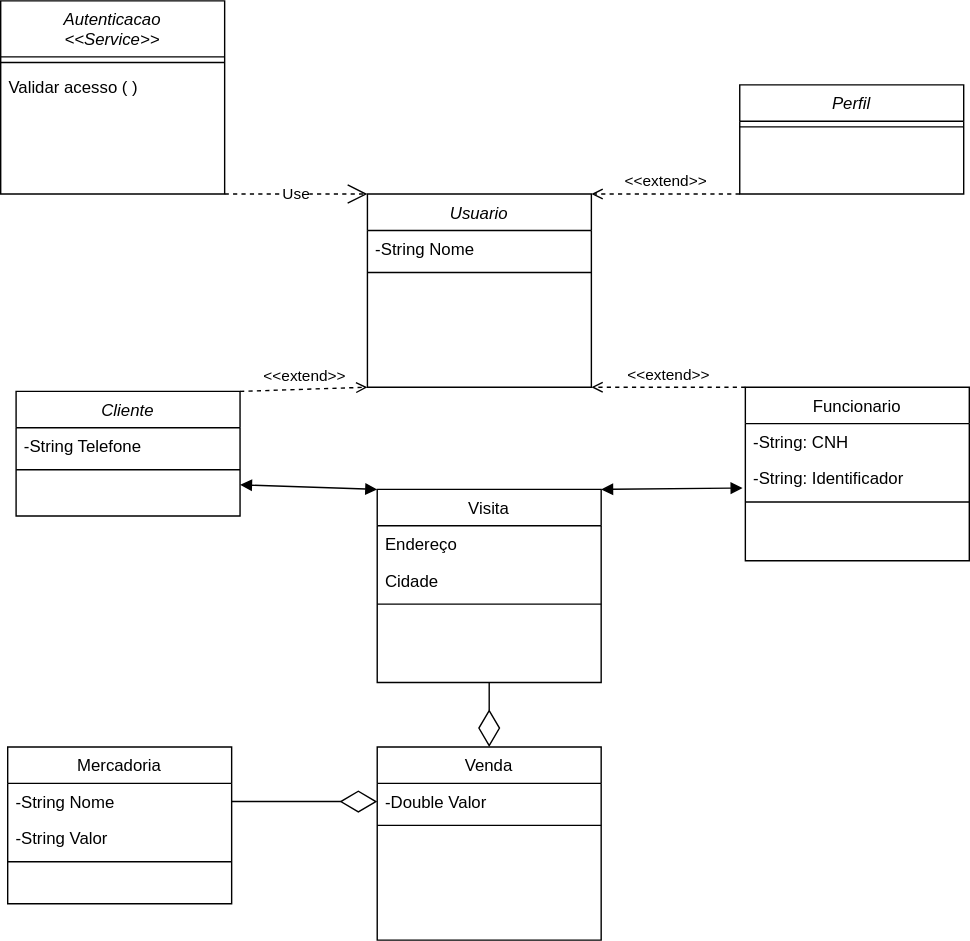
Above: .diagramas/class.client.drawio.svg in jcjoo/pi (draw.io), before the change. Source tidied: cells renumbered, new cells last; positions are measured from the earlier drawing's top-left corner, leaving out a move shared by most shapes.
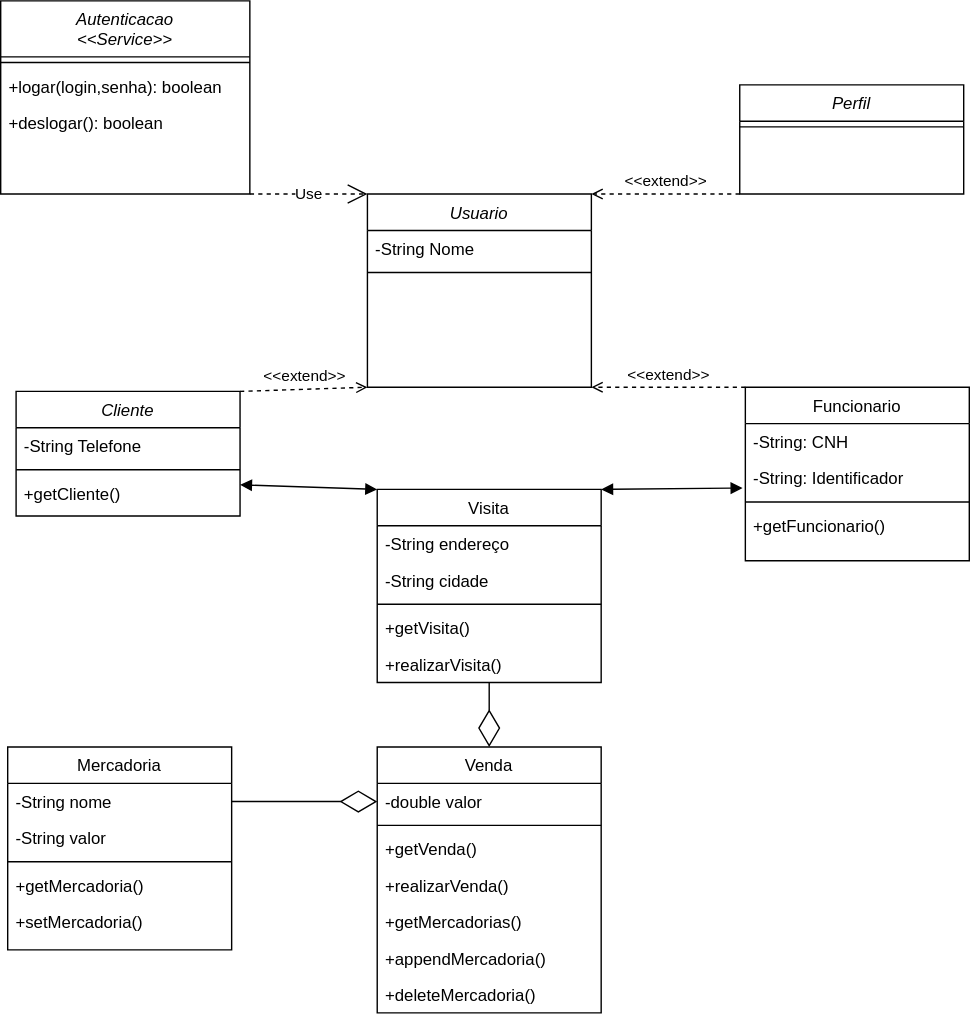
After the commit.

Commit message:
adicionando alguns metodos

Change to the diagram source:
```diff
@@ -11,27 +11,51 @@
     <mxCell id="4" style="line;html=1;strokeWidth=1;align=left;verticalAlign=middle;spacingTop=-1;spacingLeft=3;spacingRight=3;labelPosition=right;" parent="2" vertex="1">
       <mxGeometry y="52" width="160" height="8" as="geometry" />
     </mxCell>
+    <mxCell id="36" value="+getCliente()&#10;&#10;" style="text;align=left;verticalAlign=top;spacingLeft=4;spacingRight=4;overflow=hidden;" parent="2" vertex="1">
+      <mxGeometry y="60" width="160" height="26" as="geometry" />
+    </mxCell>
     <mxCell id="5" value="Venda" style="swimlane;fontStyle=0;align=center;verticalAlign=top;horizontal=1;startSize=26;rounded=0;shadow=0;strokeWidth=1;" parent="1" vertex="1">
-      <mxGeometry x="269" y="533" width="160" height="138" as="geometry" />
+      <mxGeometry x="269" y="533" width="160" height="190" as="geometry" />
     </mxCell>
-    <mxCell id="6" value="-Double Valor" style="text;align=left;verticalAlign=top;spacingLeft=4;spacingRight=4;overflow=hidden;points=[[0,0.5],[1,0.5]];portConstraint=eastwest;" parent="5" vertex="1">
+    <mxCell id="6" value="-double valor" style="text;align=left;verticalAlign=top;spacingLeft=4;spacingRight=4;overflow=hidden;points=[[0,0.5],[1,0.5]];portConstraint=eastwest;" parent="5" vertex="1">
       <mxGeometry y="26" width="160" height="26" as="geometry" />
     </mxCell>
     <mxCell id="7" style="line;html=1;strokeWidth=1;align=left;verticalAlign=middle;spacingTop=-1;spacingLeft=3;spacingRight=3;labelPosition=right;" parent="5" vertex="1">
       <mxGeometry y="52" width="160" height="8" as="geometry" />
     </mxCell>
+    <mxCell id="37" value="+getVenda()&#10;&#10;" style="text;align=left;verticalAlign=top;spacingLeft=4;spacingRight=4;overflow=hidden;" parent="5" vertex="1">
+      <mxGeometry y="60" width="160" height="26" as="geometry" />
+    </mxCell>
+    <mxCell id="38" value="+realizarVenda()&#10;&#10;" style="text;align=left;verticalAlign=top;spacingLeft=4;spacingRight=4;overflow=hidden;" parent="5" vertex="1">
+      <mxGeometry y="86" width="160" height="26" as="geometry" />
+    </mxCell>
+    <mxCell id="39" value="+getMercadorias()&#10;&#10;" style="text;align=left;verticalAlign=top;spacingLeft=4;spacingRight=4;overflow=hidden;" parent="5" vertex="1">
+      <mxGeometry y="112" width="160" height="26" as="geometry" />
+    </mxCell>
+    <mxCell id="40" value="+appendMercadoria()&#10;&#10;" style="text;align=left;verticalAlign=top;spacingLeft=4;spacingRight=4;overflow=hidden;" parent="5" vertex="1">
+      <mxGeometry y="138" width="160" height="26" as="geometry" />
+    </mxCell>
+    <mxCell id="41" value="+deleteMercadoria()&#10;&#10;" style="text;align=left;verticalAlign=top;spacingLeft=4;spacingRight=4;overflow=hidden;" parent="5" vertex="1">
+      <mxGeometry y="164" width="160" height="26" as="geometry" />
+    </mxCell>
     <mxCell id="8" value="Visita" style="swimlane;fontStyle=0;align=center;verticalAlign=top;horizontal=1;startSize=26;rounded=0;shadow=0;strokeWidth=1;" parent="1" vertex="1">
       <mxGeometry x="269" y="349" width="160" height="138" as="geometry" />
     </mxCell>
-    <mxCell id="9" value="Endereço" style="text;align=left;verticalAlign=top;spacingLeft=4;spacingRight=4;overflow=hidden;" parent="8" vertex="1">
+    <mxCell id="9" value="-String endereço" style="text;align=left;verticalAlign=top;spacingLeft=4;spacingRight=4;overflow=hidden;" parent="8" vertex="1">
       <mxGeometry y="26" width="160" height="26" as="geometry" />
     </mxCell>
-    <mxCell id="10" value="Cidade&#10;" style="text;align=left;verticalAlign=top;spacingLeft=4;spacingRight=4;overflow=hidden;" parent="8" vertex="1">
+    <mxCell id="10" value="-String cidade&#10;" style="text;align=left;verticalAlign=top;spacingLeft=4;spacingRight=4;overflow=hidden;" parent="8" vertex="1">
       <mxGeometry y="52" width="160" height="26" as="geometry" />
     </mxCell>
     <mxCell id="11" style="line;html=1;strokeWidth=1;align=left;verticalAlign=middle;spacingTop=-1;spacingLeft=3;spacingRight=3;labelPosition=right;" parent="8" vertex="1">
       <mxGeometry y="78" width="160" height="8" as="geometry" />
     </mxCell>
+    <mxCell id="42" value="+getVisita()&#10;&#10;" style="text;align=left;verticalAlign=top;spacingLeft=4;spacingRight=4;overflow=hidden;" parent="8" vertex="1">
+      <mxGeometry y="86" width="160" height="26" as="geometry" />
+    </mxCell>
+    <mxCell id="43" value="+realizarVisita()&#10;&#10;" style="text;align=left;verticalAlign=top;spacingLeft=4;spacingRight=4;overflow=hidden;" parent="8" vertex="1">
+      <mxGeometry y="112" width="160" height="26" as="geometry" />
+    </mxCell>
     <mxCell id="12" value="Funcionario" style="swimlane;fontStyle=0;align=center;verticalAlign=top;horizontal=1;startSize=26;rounded=0;shadow=0;strokeWidth=1;" parent="1" vertex="1">
       <mxGeometry x="532" y="276" width="160" height="124" as="geometry" />
     </mxCell>
@@ -44,6 +68,9 @@
     <mxCell id="15" style="line;html=1;strokeWidth=1;align=left;verticalAlign=middle;spacingTop=-1;spacingLeft=3;spacingRight=3;labelPosition=right;" parent="12" vertex="1">
       <mxGeometry y="78" width="160" height="8" as="geometry" />
     </mxCell>
+    <mxCell id="44" value="+getFuncionario()&#10;&#10;" style="text;align=left;verticalAlign=top;spacingLeft=4;spacingRight=4;overflow=hidden;" parent="12" vertex="1">
+      <mxGeometry y="86" width="160" height="26" as="geometry" />
+    </mxCell>
     <mxCell id="16" value="Usuario" style="swimlane;fontStyle=2;align=center;verticalAlign=top;horizontal=1;startSize=26;rounded=0;shadow=0;strokeWidth=1;" parent="1" vertex="1">
       <mxGeometry x="262" y="138" width="160" height="138" as="geometry" />
     </mxCell>
@@ -54,17 +81,23 @@
       <mxGeometry y="52" width="160" height="8" as="geometry" />
     </mxCell>
     <mxCell id="19" value="Mercadoria" style="swimlane;fontStyle=0;align=center;verticalAlign=top;horizontal=1;startSize=26;rounded=0;shadow=0;strokeWidth=1;" parent="1" vertex="1">
-      <mxGeometry x="5" y="533" width="160" height="112" as="geometry" />
+      <mxGeometry x="5" y="533" width="160" height="145" as="geometry" />
     </mxCell>
-    <mxCell id="20" value="-String Nome&#10;" style="text;align=left;verticalAlign=top;spacingLeft=4;spacingRight=4;overflow=hidden;points=[[0,0.5],[1,0.5]];portConstraint=eastwest;" parent="19" vertex="1">
+    <mxCell id="20" value="-String nome&#10;" style="text;align=left;verticalAlign=top;spacingLeft=4;spacingRight=4;overflow=hidden;points=[[0,0.5],[1,0.5]];portConstraint=eastwest;" parent="19" vertex="1">
       <mxGeometry y="26" width="160" height="26" as="geometry" />
     </mxCell>
-    <mxCell id="21" value="-String Valor" style="text;align=left;verticalAlign=top;spacingLeft=4;spacingRight=4;overflow=hidden;" parent="19" vertex="1">
+    <mxCell id="21" value="-String valor" style="text;align=left;verticalAlign=top;spacingLeft=4;spacingRight=4;overflow=hidden;" parent="19" vertex="1">
       <mxGeometry y="52" width="160" height="26" as="geometry" />
     </mxCell>
     <mxCell id="22" style="line;html=1;strokeWidth=1;align=left;verticalAlign=middle;spacingTop=-1;spacingLeft=3;spacingRight=3;labelPosition=right;" parent="19" vertex="1">
       <mxGeometry y="78" width="160" height="8" as="geometry" />
     </mxCell>
+    <mxCell id="45" value="+getMercadoria()&#10;&#10;" style="text;align=left;verticalAlign=top;spacingLeft=4;spacingRight=4;overflow=hidden;" parent="19" vertex="1">
+      <mxGeometry y="86" width="160" height="26" as="geometry" />
+    </mxCell>
+    <mxCell id="46" value="+setMercadoria()&#10;&#10;" style="text;align=left;verticalAlign=top;spacingLeft=4;spacingRight=4;overflow=hidden;" parent="19" vertex="1">
+      <mxGeometry y="112" width="160" height="26" as="geometry" />
+    </mxCell>
     <mxCell id="23" value="Perfil&#10;" style="swimlane;fontStyle=2;align=center;verticalAlign=top;horizontal=1;startSize=26;rounded=0;shadow=0;strokeWidth=1;" parent="1" vertex="1">
       <mxGeometry x="528" y="60" width="160" height="78" as="geometry" />
     </mxCell>
@@ -72,13 +105,16 @@
       <mxGeometry y="26" width="160" height="8" as="geometry" />
     </mxCell>
     <mxCell id="25" value="Autenticacao&#10;&lt;&lt;Service&gt;&gt;" style="swimlane;fontStyle=2;align=center;verticalAlign=top;horizontal=1;startSize=40;rounded=0;shadow=0;strokeWidth=1;" parent="1" vertex="1">
-      <mxGeometry width="160" height="138" as="geometry" />
+      <mxGeometry width="178" height="138" as="geometry" />
     </mxCell>
     <mxCell id="26" style="line;html=1;strokeWidth=1;align=left;verticalAlign=middle;spacingTop=-1;spacingLeft=3;spacingRight=3;labelPosition=right;" parent="25" vertex="1">
-      <mxGeometry y="40" width="160" height="8" as="geometry" />
+      <mxGeometry y="40" width="178" height="8" as="geometry" />
     </mxCell>
+    <mxCell id="47" value="+logar(login,senha): boolean" style="text;align=left;verticalAlign=top;spacingLeft=4;spacingRight=4;overflow=hidden;" parent="25" vertex="1">
+      <mxGeometry y="48" width="178" height="26" as="geometry" />
+    </mxCell>
-    <mxCell id="27" value="Validar acesso ( )" style="text;align=left;verticalAlign=top;spacingLeft=4;spacingRight=4;overflow=hidden;" parent="25" vertex="1">
-      <mxGeometry y="48" width="160" height="26" as="geometry" />
+    <mxCell id="27" value="+deslogar(): boolean&#10;" style="text;align=left;verticalAlign=top;spacingLeft=4;spacingRight=4;overflow=hidden;" parent="25" vertex="1">
+      <mxGeometry y="74" width="178" height="26" as="geometry" />
     </mxCell>
     <mxCell id="28" value="&amp;lt;&amp;lt;extend&amp;gt;&amp;gt;" style="html=1;verticalAlign=bottom;labelBackgroundColor=none;endArrow=open;endFill=0;dashed=1;rounded=0;entryX=1;entryY=0;entryDx=0;entryDy=0;exitX=0;exitY=1;exitDx=0;exitDy=0;" parent="1" edge="1" source="23" target="16">
       <mxGeometry relative="1" as="geometry" />
```
